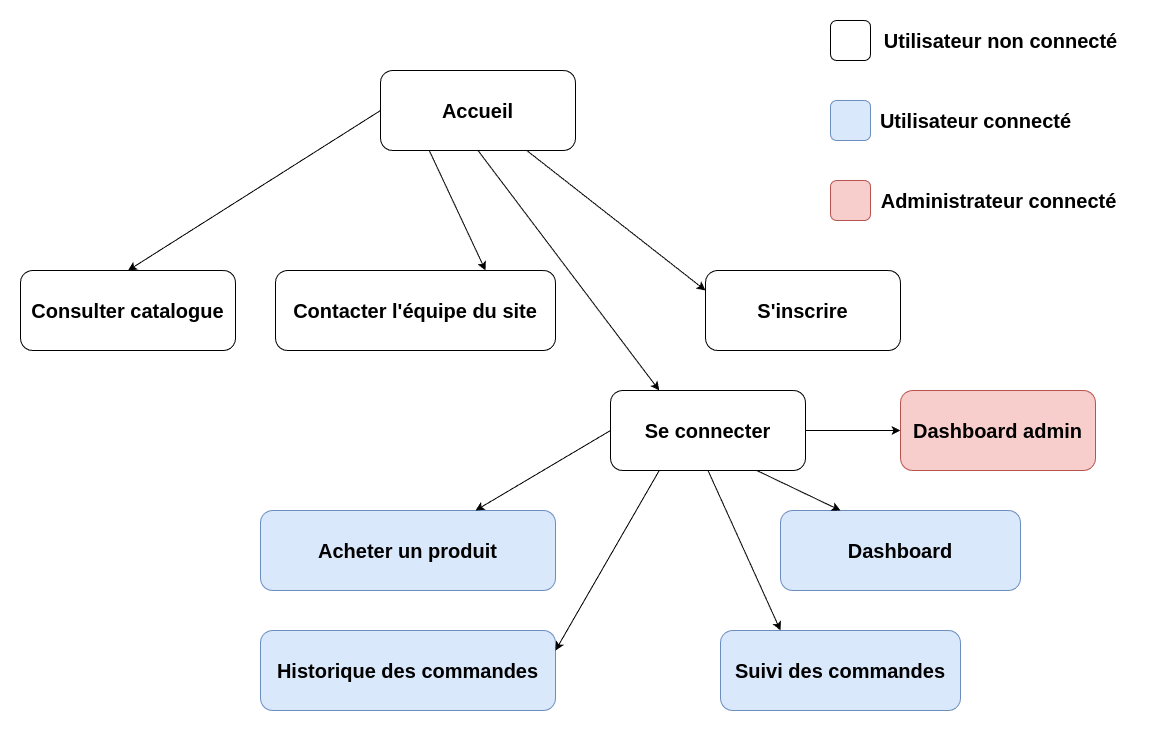
Above: conception/tree_structure/documents/front_tree_structure.png in ChloeGarciaMillerand/GreenRoots_Freyja (draw.io), before the change. Source tidied: cells renumbered, new cells last; positions are measured from the earlier drawing's top-left corner, leaving out a move shared by most shapes. Source of this version:
```xml
<mxGraphModel background="#ffffff">
  <root>
    <mxCell id="0" />
    <mxCell id="1" parent="0" />
    <mxCell id="2" value="&lt;b&gt;&lt;font style=&quot;font-size: 20px;&quot;&gt;Accueil&lt;/font&gt;&lt;/b&gt;" style="rounded=1;whiteSpace=wrap;html=1;" parent="1" vertex="1">
      <mxGeometry x="360" y="50" width="195" height="80" as="geometry" />
    </mxCell>
    <mxCell id="3" value="&lt;font style=&quot;font-size: 20px;&quot;&gt;&lt;b&gt;Consulter catalogue&lt;/b&gt;&lt;/font&gt;" style="rounded=1;whiteSpace=wrap;html=1;" parent="1" vertex="1">
      <mxGeometry y="250" width="215" height="80" as="geometry" />
    </mxCell>
    <mxCell id="4" value="&lt;font style=&quot;font-size: 20px;&quot;&gt;&lt;b&gt;Contacter l'équipe du site&lt;/b&gt;&lt;/font&gt;" style="rounded=1;whiteSpace=wrap;html=1;" parent="1" vertex="1">
      <mxGeometry x="255" y="250" width="280" height="80" as="geometry" />
    </mxCell>
    <mxCell id="5" value="&lt;font style=&quot;font-size: 20px;&quot;&gt;&lt;b&gt;S'inscrire&lt;/b&gt;&lt;/font&gt;" style="rounded=1;whiteSpace=wrap;html=1;" parent="1" vertex="1">
      <mxGeometry x="685" y="250" width="195" height="80" as="geometry" />
    </mxCell>
    <mxCell id="6" value="&lt;b&gt;&lt;font style=&quot;font-size: 20px;&quot;&gt;Se connecter&lt;/font&gt;&lt;/b&gt;" style="rounded=1;whiteSpace=wrap;html=1;" parent="1" vertex="1">
      <mxGeometry x="590" y="370" width="195" height="80" as="geometry" />
    </mxCell>
    <mxCell id="7" value="&lt;b&gt;&lt;font style=&quot;font-size: 20px;&quot;&gt;Dashboard admin&lt;/font&gt;&lt;/b&gt;" style="rounded=1;whiteSpace=wrap;html=1;fillColor=#f8cecc;strokeColor=#b85450;" parent="1" vertex="1">
      <mxGeometry x="880" y="370" width="195" height="80" as="geometry" />
    </mxCell>
    <mxCell id="8" value="&lt;b&gt;&lt;font style=&quot;font-size: 20px;&quot;&gt;Dashboard&lt;/font&gt;&lt;/b&gt;" style="rounded=1;whiteSpace=wrap;html=1;fillColor=#dae8fc;strokeColor=#6c8ebf;" parent="1" vertex="1">
      <mxGeometry x="760" y="490" width="240" height="80" as="geometry" />
    </mxCell>
    <mxCell id="9" value="&lt;b&gt;&lt;font style=&quot;font-size: 20px;&quot;&gt;Acheter un produit&lt;/font&gt;&lt;/b&gt;" style="rounded=1;whiteSpace=wrap;html=1;fillColor=#dae8fc;strokeColor=#6c8ebf;" parent="1" vertex="1">
      <mxGeometry x="240" y="490" width="295" height="80" as="geometry" />
    </mxCell>
    <mxCell id="10" value="&lt;b&gt;&lt;font style=&quot;font-size: 20px;&quot;&gt;Suivi des commandes&lt;/font&gt;&lt;/b&gt;" style="rounded=1;whiteSpace=wrap;html=1;fillColor=#dae8fc;strokeColor=#6c8ebf;" parent="1" vertex="1">
      <mxGeometry x="700" y="610" width="240" height="80" as="geometry" />
    </mxCell>
    <mxCell id="11" value="&lt;b&gt;&lt;font style=&quot;font-size: 20px;&quot;&gt;Historique des commandes&lt;/font&gt;&lt;/b&gt;" style="rounded=1;whiteSpace=wrap;html=1;fillColor=#dae8fc;strokeColor=#6c8ebf;" parent="1" vertex="1">
      <mxGeometry x="240" y="610" width="295" height="80" as="geometry" />
    </mxCell>
    <mxCell id="12" style="endArrow=classic;html=1;rounded=0;entryX=0.5;entryY=0;entryDx=0;entryDy=0;exitX=0;exitY=0.5;exitDx=0;exitDy=0;" parent="1" edge="1" source="2" target="3">
      <mxGeometry relative="1" as="geometry" />
    </mxCell>
    <mxCell id="13" style="endArrow=classic;html=1;rounded=0;exitX=0.25;exitY=1;exitDx=0;exitDy=0;entryX=0.75;entryY=0;entryDx=0;entryDy=0;" parent="1" edge="1" source="2" target="4">
      <mxGeometry relative="1" as="geometry" />
    </mxCell>
    <mxCell id="14" style="endArrow=classic;html=1;rounded=0;exitX=0.75;exitY=1;exitDx=0;exitDy=0;entryX=0;entryY=0.25;entryDx=0;entryDy=0;" parent="1" edge="1" source="2" target="5">
      <mxGeometry relative="1" as="geometry" />
    </mxCell>
    <mxCell id="15" style="endArrow=classic;html=1;rounded=0;exitX=0.5;exitY=1;exitDx=0;exitDy=0;entryX=0.25;entryY=0;entryDx=0;entryDy=0;" parent="1" edge="1" source="2" target="6">
      <mxGeometry relative="1" as="geometry" />
    </mxCell>
    <mxCell id="16" style="endArrow=classic;html=1;rounded=0;exitX=1;exitY=0.5;exitDx=0;exitDy=0;entryX=0;entryY=0.5;entryDx=0;entryDy=0;" parent="1" edge="1" source="6" target="7">
      <mxGeometry relative="1" as="geometry" />
    </mxCell>
    <mxCell id="17" style="endArrow=classic;html=1;rounded=0;exitX=0;exitY=0.5;exitDx=0;exitDy=0;" parent="1" edge="1" source="6" target="9">
      <mxGeometry relative="1" as="geometry" />
    </mxCell>
    <mxCell id="18" style="endArrow=classic;html=1;rounded=0;entryX=1;entryY=0.25;entryDx=0;entryDy=0;exitX=0.25;exitY=1;exitDx=0;exitDy=0;" parent="1" edge="1" source="6" target="11">
      <mxGeometry relative="1" as="geometry" />
    </mxCell>
    <mxCell id="19" style="endArrow=classic;html=1;rounded=0;exitX=0.75;exitY=1;exitDx=0;exitDy=0;entryX=0.25;entryY=0;entryDx=0;entryDy=0;" parent="1" edge="1" source="6" target="8">
      <mxGeometry relative="1" as="geometry" />
    </mxCell>
    <mxCell id="20" style="endArrow=classic;html=1;rounded=0;exitX=0.5;exitY=1;exitDx=0;exitDy=0;entryX=0.25;entryY=0;entryDx=0;entryDy=0;" parent="1" edge="1" source="6" target="10">
      <mxGeometry relative="1" as="geometry" />
    </mxCell>
    <mxCell id="21" style="rounded=1;whiteSpace=wrap;html=1;" parent="1" vertex="1">
      <mxGeometry x="810" width="40" height="40" as="geometry" />
    </mxCell>
    <mxCell id="22" style="rounded=1;whiteSpace=wrap;html=1;fillColor=#dae8fc;strokeColor=#6c8ebf;" parent="1" vertex="1">
      <mxGeometry x="810" y="80" width="40" height="40" as="geometry" />
    </mxCell>
    <mxCell id="23" style="rounded=1;whiteSpace=wrap;html=1;fillColor=#f8cecc;strokeColor=#b85450;" parent="1" vertex="1">
      <mxGeometry x="810" y="160" width="40" height="40" as="geometry" />
    </mxCell>
    <mxCell id="24" value="&lt;b&gt;Utilisateur non connecté&lt;/b&gt;" style="text;html=1;align=center;verticalAlign=middle;strokeColor=none;fillColor=none;fontSize=20;" parent="1" vertex="1">
      <mxGeometry x="850" width="260" height="40" as="geometry" />
    </mxCell>
    <mxCell id="25" value="&lt;b&gt;Utilisateur connecté&lt;/b&gt;" style="text;html=1;align=center;verticalAlign=middle;strokeColor=none;fillColor=none;fontSize=20;" parent="1" vertex="1">
      <mxGeometry x="850" y="80" width="210" height="40" as="geometry" />
    </mxCell>
    <mxCell id="26" value="&lt;b&gt;Administrateur connecté&lt;/b&gt;" style="text;html=1;align=center;verticalAlign=middle;strokeColor=none;fillColor=none;fontSize=20;" parent="1" vertex="1">
      <mxGeometry x="847.5" y="160" width="260" height="40" as="geometry" />
    </mxCell>
  </root>
</mxGraphModel>
```
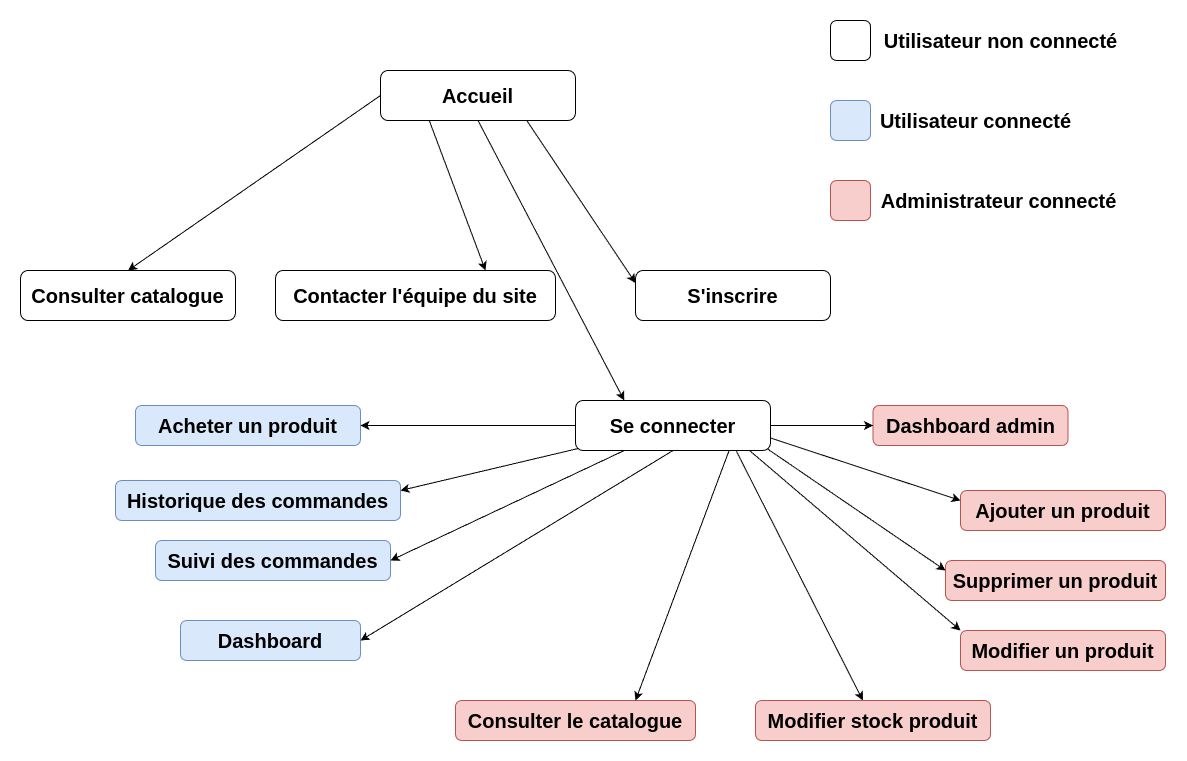
After the change.

Commit message:
docs(conception): add admin actions in front tree structure

Change to the diagram source:
```diff
@@ -3,34 +3,34 @@
     <mxCell id="0" />
     <mxCell id="1" parent="0" />
     <mxCell id="2" value="&lt;b&gt;&lt;font style=&quot;font-size: 20px;&quot;&gt;Accueil&lt;/font&gt;&lt;/b&gt;" style="rounded=1;whiteSpace=wrap;html=1;" parent="1" vertex="1">
-      <mxGeometry x="360" y="50" width="195" height="80" as="geometry" />
+      <mxGeometry x="360" y="50" width="195" height="50" as="geometry" />
     </mxCell>
     <mxCell id="3" value="&lt;font style=&quot;font-size: 20px;&quot;&gt;&lt;b&gt;Consulter catalogue&lt;/b&gt;&lt;/font&gt;" style="rounded=1;whiteSpace=wrap;html=1;" parent="1" vertex="1">
-      <mxGeometry y="250" width="215" height="80" as="geometry" />
+      <mxGeometry y="250" width="215" height="50" as="geometry" />
     </mxCell>
     <mxCell id="4" value="&lt;font style=&quot;font-size: 20px;&quot;&gt;&lt;b&gt;Contacter l'équipe du site&lt;/b&gt;&lt;/font&gt;" style="rounded=1;whiteSpace=wrap;html=1;" parent="1" vertex="1">
-      <mxGeometry x="255" y="250" width="280" height="80" as="geometry" />
+      <mxGeometry x="255" y="250" width="280" height="50" as="geometry" />
     </mxCell>
     <mxCell id="5" value="&lt;font style=&quot;font-size: 20px;&quot;&gt;&lt;b&gt;S'inscrire&lt;/b&gt;&lt;/font&gt;" style="rounded=1;whiteSpace=wrap;html=1;" parent="1" vertex="1">
-      <mxGeometry x="685" y="250" width="195" height="80" as="geometry" />
+      <mxGeometry x="615" y="250" width="195" height="50" as="geometry" />
     </mxCell>
     <mxCell id="6" value="&lt;b&gt;&lt;font style=&quot;font-size: 20px;&quot;&gt;Se connecter&lt;/font&gt;&lt;/b&gt;" style="rounded=1;whiteSpace=wrap;html=1;" parent="1" vertex="1">
-      <mxGeometry x="590" y="370" width="195" height="80" as="geometry" />
+      <mxGeometry x="555" y="380" width="195" height="50" as="geometry" />
     </mxCell>
     <mxCell id="7" value="&lt;b&gt;&lt;font style=&quot;font-size: 20px;&quot;&gt;Dashboard admin&lt;/font&gt;&lt;/b&gt;" style="rounded=1;whiteSpace=wrap;html=1;fillColor=#f8cecc;strokeColor=#b85450;" parent="1" vertex="1">
-      <mxGeometry x="880" y="370" width="195" height="80" as="geometry" />
+      <mxGeometry x="852.5" y="385" width="195" height="40" as="geometry" />
     </mxCell>
     <mxCell id="8" value="&lt;b&gt;&lt;font style=&quot;font-size: 20px;&quot;&gt;Dashboard&lt;/font&gt;&lt;/b&gt;" style="rounded=1;whiteSpace=wrap;html=1;fillColor=#dae8fc;strokeColor=#6c8ebf;" parent="1" vertex="1">
-      <mxGeometry x="760" y="490" width="240" height="80" as="geometry" />
+      <mxGeometry x="160" y="600" width="180" height="40" as="geometry" />
     </mxCell>
     <mxCell id="9" value="&lt;b&gt;&lt;font style=&quot;font-size: 20px;&quot;&gt;Acheter un produit&lt;/font&gt;&lt;/b&gt;" style="rounded=1;whiteSpace=wrap;html=1;fillColor=#dae8fc;strokeColor=#6c8ebf;" parent="1" vertex="1">
-      <mxGeometry x="240" y="490" width="295" height="80" as="geometry" />
+      <mxGeometry x="115" y="385" width="225" height="40" as="geometry" />
     </mxCell>
     <mxCell id="10" value="&lt;b&gt;&lt;font style=&quot;font-size: 20px;&quot;&gt;Suivi des commandes&lt;/font&gt;&lt;/b&gt;" style="rounded=1;whiteSpace=wrap;html=1;fillColor=#dae8fc;strokeColor=#6c8ebf;" parent="1" vertex="1">
-      <mxGeometry x="700" y="610" width="240" height="80" as="geometry" />
+      <mxGeometry x="135" y="520" width="235" height="40" as="geometry" />
     </mxCell>
     <mxCell id="11" value="&lt;b&gt;&lt;font style=&quot;font-size: 20px;&quot;&gt;Historique des commandes&lt;/font&gt;&lt;/b&gt;" style="rounded=1;whiteSpace=wrap;html=1;fillColor=#dae8fc;strokeColor=#6c8ebf;" parent="1" vertex="1">
-      <mxGeometry x="240" y="610" width="295" height="80" as="geometry" />
+      <mxGeometry x="95" y="460" width="285" height="40" as="geometry" />
     </mxCell>
     <mxCell id="12" style="endArrow=classic;html=1;rounded=0;entryX=0.5;entryY=0;entryDx=0;entryDy=0;exitX=0;exitY=0.5;exitDx=0;exitDy=0;" parent="1" edge="1" source="2" target="3">
       <mxGeometry relative="1" as="geometry" />
@@ -50,13 +50,13 @@
     <mxCell id="17" style="endArrow=classic;html=1;rounded=0;exitX=0;exitY=0.5;exitDx=0;exitDy=0;" parent="1" edge="1" source="6" target="9">
       <mxGeometry relative="1" as="geometry" />
     </mxCell>
-    <mxCell id="18" style="endArrow=classic;html=1;rounded=0;entryX=1;entryY=0.25;entryDx=0;entryDy=0;exitX=0.25;exitY=1;exitDx=0;exitDy=0;" parent="1" edge="1" source="6" target="11">
+    <mxCell id="18" style="endArrow=classic;html=1;rounded=0;entryX=1;entryY=0.25;entryDx=0;entryDy=0;exitX=0.015;exitY=0.959;exitDx=0;exitDy=0;exitPerimeter=0;" parent="1" edge="1" source="6" target="11">
       <mxGeometry relative="1" as="geometry" />
     </mxCell>
-    <mxCell id="19" style="endArrow=classic;html=1;rounded=0;exitX=0.75;exitY=1;exitDx=0;exitDy=0;entryX=0.25;entryY=0;entryDx=0;entryDy=0;" parent="1" edge="1" source="6" target="8">
+    <mxCell id="19" style="endArrow=classic;html=1;rounded=0;exitX=0.5;exitY=1;exitDx=0;exitDy=0;entryX=1;entryY=0.5;entryDx=0;entryDy=0;" parent="1" edge="1" source="6" target="8">
       <mxGeometry relative="1" as="geometry" />
     </mxCell>
-    <mxCell id="20" style="endArrow=classic;html=1;rounded=0;exitX=0.5;exitY=1;exitDx=0;exitDy=0;entryX=0.25;entryY=0;entryDx=0;entryDy=0;" parent="1" edge="1" source="6" target="10">
+    <mxCell id="20" style="endArrow=classic;html=1;rounded=0;exitX=0.25;exitY=1;exitDx=0;exitDy=0;entryX=1;entryY=0.5;entryDx=0;entryDy=0;" parent="1" edge="1" source="6" target="10">
       <mxGeometry relative="1" as="geometry" />
     </mxCell>
     <mxCell id="21" style="rounded=1;whiteSpace=wrap;html=1;" parent="1" vertex="1">
@@ -77,5 +77,35 @@
     <mxCell id="26" value="&lt;b&gt;Administrateur connecté&lt;/b&gt;" style="text;html=1;align=center;verticalAlign=middle;strokeColor=none;fillColor=none;fontSize=20;" parent="1" vertex="1">
       <mxGeometry x="847.5" y="160" width="260" height="40" as="geometry" />
     </mxCell>
+    <mxCell id="27" value="&lt;span style=&quot;font-size: 20px;&quot;&gt;&lt;b&gt;Ajouter un produit&lt;/b&gt;&lt;/span&gt;" style="rounded=1;whiteSpace=wrap;html=1;fillColor=#f8cecc;strokeColor=#b85450;" parent="1" vertex="1">
+      <mxGeometry x="940" y="470" width="205" height="40" as="geometry" />
+    </mxCell>
+    <mxCell id="28" value="&lt;span style=&quot;font-size: 20px;&quot;&gt;&lt;b&gt;Modifier stock produit&lt;/b&gt;&lt;/span&gt;" style="rounded=1;whiteSpace=wrap;html=1;fillColor=#f8cecc;strokeColor=#b85450;" parent="1" vertex="1">
+      <mxGeometry x="735" y="680" width="235" height="40" as="geometry" />
+    </mxCell>
+    <mxCell id="29" value="&lt;span style=&quot;font-size: 20px;&quot;&gt;&lt;b&gt;Supprimer un produit&lt;/b&gt;&lt;/span&gt;" style="rounded=1;whiteSpace=wrap;html=1;fillColor=#f8cecc;strokeColor=#b85450;" parent="1" vertex="1">
+      <mxGeometry x="925" y="540" width="220" height="40" as="geometry" />
+    </mxCell>
+    <mxCell id="30" value="&lt;span style=&quot;font-size: 20px;&quot;&gt;&lt;b&gt;Modifier un produit&lt;/b&gt;&lt;/span&gt;" style="rounded=1;whiteSpace=wrap;html=1;fillColor=#f8cecc;strokeColor=#b85450;" parent="1" vertex="1">
+      <mxGeometry x="940" y="610" width="205" height="40" as="geometry" />
+    </mxCell>
+    <mxCell id="31" value="&lt;span style=&quot;font-size: 20px;&quot;&gt;&lt;b&gt;Consulter le catalogue&lt;/b&gt;&lt;/span&gt;" style="rounded=1;whiteSpace=wrap;html=1;fillColor=#f8cecc;strokeColor=#b85450;" parent="1" vertex="1">
+      <mxGeometry x="435" y="680" width="240" height="40" as="geometry" />
+    </mxCell>
+    <mxCell id="32" style="endArrow=classic;html=1;rounded=0;exitX=1;exitY=0.75;exitDx=0;exitDy=0;entryX=0;entryY=0.25;entryDx=0;entryDy=0;" parent="1" edge="1" source="6" target="27">
+      <mxGeometry relative="1" as="geometry" />
+    </mxCell>
+    <mxCell id="33" style="endArrow=classic;html=1;rounded=0;exitX=0.987;exitY=0.975;exitDx=0;exitDy=0;entryX=0;entryY=0.25;entryDx=0;entryDy=0;exitPerimeter=0;" parent="1" edge="1" source="6" target="29">
+      <mxGeometry relative="1" as="geometry" />
+    </mxCell>
+    <mxCell id="34" style="endArrow=classic;html=1;rounded=0;exitX=0.892;exitY=0.999;exitDx=0;exitDy=0;exitPerimeter=0;entryX=0;entryY=0;entryDx=0;entryDy=0;" parent="1" edge="1" source="6" target="30">
+      <mxGeometry relative="1" as="geometry" />
+    </mxCell>
+    <mxCell id="35" style="endArrow=classic;html=1;rounded=0;exitX=0.825;exitY=1.014;exitDx=0;exitDy=0;exitPerimeter=0;" parent="1" edge="1" source="6" target="28">
+      <mxGeometry relative="1" as="geometry" />
+    </mxCell>
+    <mxCell id="36" style="endArrow=classic;html=1;rounded=0;exitX=0.788;exitY=0.998;exitDx=0;exitDy=0;exitPerimeter=0;entryX=0.75;entryY=0;entryDx=0;entryDy=0;" parent="1" edge="1" source="6" target="31">
+      <mxGeometry relative="1" as="geometry" />
+    </mxCell>
   </root>
 </mxGraphModel>
```
